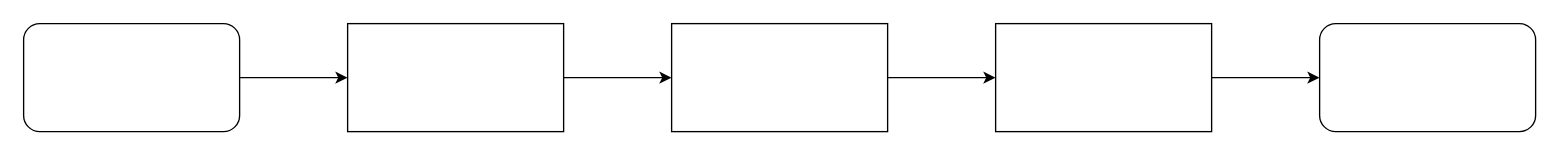
Earlier version of the draw.io diagram Flowchart type.drawio (dbarif/Diagrams.netd_b). Source tidied: cells renumbered, new cells numbered last; positions are measured from the earlier drawing's top-left corner, leaving out a move shared by most shapes. Both pictures are drawn from the tidied source at 135%, with x=0, y=0 at pixel (23, 23).
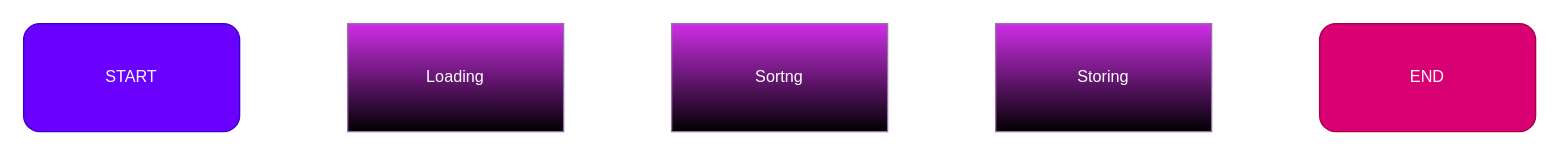
Above is the later version.

What changed in the source:
```diff
@@
 <mxGraphModel>
   <root>
     <mxCell id="0" />
     <mxCell id="1" parent="0" />
-    <mxCell id="2" style="edgeStyle=orthogonalEdgeStyle;rounded=0;jettySize=auto;html=1;" parent="1" edge="1" source="3" target="5">
+    <mxCell id="2" style="edgeStyle=orthogonalEdgeStyle;rounded=0;jettySize=auto;html=1;strokeColor=#FFFFFF;" parent="1" edge="1" source="3" target="5">
       <mxGeometry relative="1" as="geometry" />
     </mxCell>
-    <mxCell id="3" style="rounded=0;whiteSpace=wrap;html=1;" parent="1" vertex="1">
+    <mxCell id="3" value="&lt;font color=&quot;#ffffff&quot;&gt;Loading&lt;/font&gt;" style="rounded=0;whiteSpace=wrap;html=1;fillColor=#CE2EE7;strokeColor=#9673a6;gradientColor=default;" parent="1" vertex="1">
       <mxGeometry x="240" width="160" height="80" as="geometry" />
     </mxCell>
-    <mxCell id="4" style="edgeStyle=orthogonalEdgeStyle;rounded=0;jettySize=auto;html=1;" parent="1" edge="1" source="5" target="7">
+    <mxCell id="4" style="edgeStyle=orthogonalEdgeStyle;rounded=0;jettySize=auto;html=1;strokeColor=#FFFFFF;" parent="1" edge="1" source="5" target="7">
       <mxGeometry relative="1" as="geometry" />
     </mxCell>
-    <mxCell id="5" style="rounded=0;whiteSpace=wrap;html=1;" parent="1" vertex="1">
+    <mxCell id="5" value="&lt;font color=&quot;#ffffff&quot;&gt;Sortng&lt;/font&gt;" style="rounded=0;whiteSpace=wrap;html=1;fillColor=#CE2EE7;strokeColor=#9673a6;gradientColor=default;" parent="1" vertex="1">
       <mxGeometry x="480" width="160" height="80" as="geometry" />
     </mxCell>
-    <mxCell id="6" style="edgeStyle=orthogonalEdgeStyle;rounded=0;jettySize=auto;html=1;" parent="1" edge="1" source="7" target="10">
+    <mxCell id="6" style="edgeStyle=orthogonalEdgeStyle;rounded=0;jettySize=auto;html=1;strokeColor=#FFFFFF;" parent="1" edge="1" source="7" target="10">
       <mxGeometry relative="1" as="geometry" />
     </mxCell>
-    <mxCell id="7" style="rounded=0;whiteSpace=wrap;html=1;" parent="1" vertex="1">
+    <mxCell id="7" value="&lt;font color=&quot;#ffffff&quot;&gt;Storing&lt;/font&gt;" style="rounded=0;whiteSpace=wrap;html=1;fillColor=#CE2EE7;strokeColor=#9673a6;gradientColor=default;" parent="1" vertex="1">
       <mxGeometry x="720" width="160" height="80" as="geometry" />
     </mxCell>
-    <mxCell id="8" style="edgeStyle=orthogonalEdgeStyle;rounded=0;jettySize=auto;html=1;" parent="1" edge="1" source="9" target="3">
+    <mxCell id="8" style="edgeStyle=orthogonalEdgeStyle;rounded=0;jettySize=auto;html=1;strokeColor=#FFFFFF;" parent="1" edge="1" source="9" target="3">
       <mxGeometry relative="1" as="geometry" />
     </mxCell>
-    <mxCell id="9" style="rounded=1;whiteSpace=wrap;html=1;" parent="1" vertex="1">
+    <mxCell id="9" value="&lt;font color=&quot;#ffffff&quot;&gt;START&lt;/font&gt;" style="rounded=1;whiteSpace=wrap;html=1;fillColor=#6a00ff;strokeColor=#3700CC;gradientDirection=south;fontColor=#ffffff;" parent="1" vertex="1">
       <mxGeometry width="160" height="80" as="geometry" />
     </mxCell>
-    <mxCell id="10" style="rounded=1;whiteSpace=wrap;html=1;" parent="1" vertex="1">
+    <mxCell id="10" value="END" style="rounded=1;whiteSpace=wrap;html=1;fillColor=#d80073;strokeColor=#A50040;align=center;verticalAlign=middle;fontFamily=Helvetica;fontSize=12;fontColor=#ffffff;gradientDirection=south;" parent="1" vertex="1">
       <mxGeometry x="960" width="160" height="80" as="geometry" />
     </mxCell>
   </root>
 </mxGraphModel>
```
